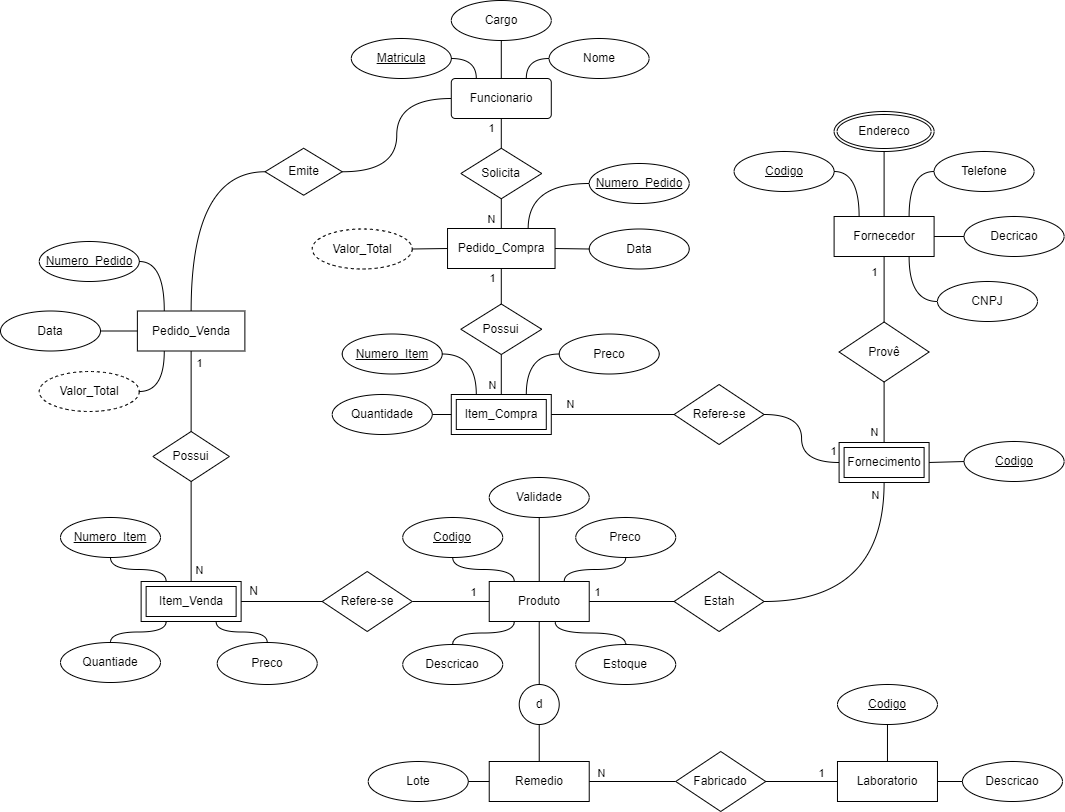
Above: docs/images/modelo-er.png in ICEI-PUCMinas-PSG-SI-TI/psg-si-2025-1-p3-tiapn-6818100-farmacia-popular (draw.io), before the change. Source tidied: cells renumbered, new cells last; positions are measured from the earlier drawing's top-left corner, leaving out a move shared by most shapes.
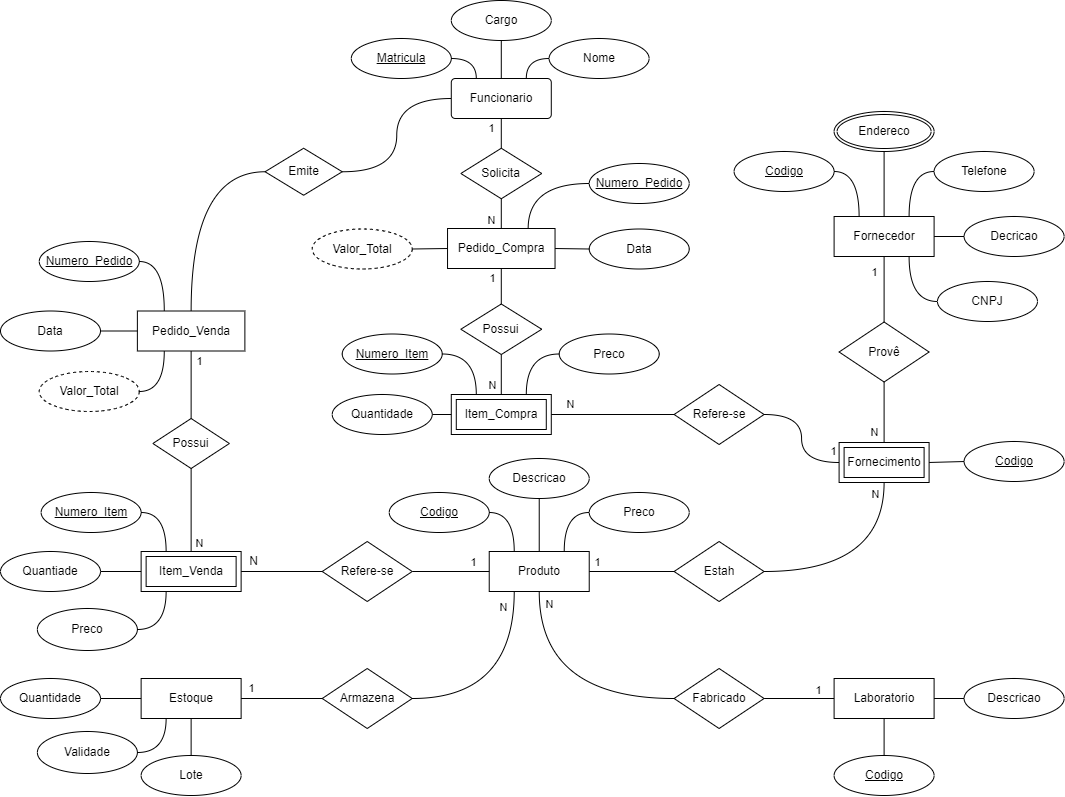
The same diagram one commit later.

What changed in the source:
```diff
@@ -15,41 +15,26 @@
       <mxGeometry x="350.8" y="38" width="100" height="40" as="geometry" />
     </mxCell>
     <mxCell id="6" value="Produto" style="whiteSpace=wrap;html=1;align=center;" parent="1" vertex="1">
-      <mxGeometry x="488.7" y="581" width="100" height="40" as="geometry" />
+      <mxGeometry x="488.7" y="551" width="100" height="40" as="geometry" />
     </mxCell>
     <mxCell id="7" value="Codigo" style="ellipse;whiteSpace=wrap;html=1;align=center;fontStyle=4;" parent="1" vertex="1">
-      <mxGeometry x="402.2" y="517" width="100" height="40" as="geometry" />
+      <mxGeometry x="388.7" y="492" width="100" height="40" as="geometry" />
     </mxCell>
     <mxCell id="8" value="Preco" style="ellipse;whiteSpace=wrap;html=1;align=center;" parent="1" vertex="1">
-      <mxGeometry x="575.2" y="517" width="100" height="40" as="geometry" />
+      <mxGeometry x="588.7" y="492" width="100" height="40" as="geometry" />
     </mxCell>
-    <mxCell id="9" style="endArrow=none;html=1;rounded=0;edgeStyle=orthogonalEdgeStyle;curved=1;entryX=0.25;entryY=0;entryDx=0;entryDy=0;" parent="1" edge="1" source="7" target="6">
+    <mxCell id="9" style="endArrow=none;html=1;rounded=0;edgeStyle=orthogonalEdgeStyle;curved=1;entryX=0.25;entryY=0;entryDx=0;entryDy=0;exitX=1;exitY=0.5;exitDx=0;exitDy=0;" parent="1" edge="1" source="7" target="6">
       <mxGeometry relative="1" as="geometry" />
     </mxCell>
-    <mxCell id="10" style="endArrow=none;html=1;rounded=0;edgeStyle=orthogonalEdgeStyle;curved=1;entryX=0.75;entryY=0;entryDx=0;entryDy=0;" parent="1" edge="1" source="8" target="6">
+    <mxCell id="10" style="endArrow=none;html=1;rounded=0;edgeStyle=orthogonalEdgeStyle;curved=1;entryX=0.75;entryY=0;entryDx=0;entryDy=0;exitX=0;exitY=0.5;exitDx=0;exitDy=0;" parent="1" edge="1" source="8" target="6">
       <mxGeometry relative="1" as="geometry" />
     </mxCell>
-    <mxCell id="11" value="Descricao" style="ellipse;whiteSpace=wrap;html=1;align=center;" parent="1" vertex="1">
-      <mxGeometry x="402.2" y="644" width="100" height="40" as="geometry" />
-    </mxCell>
-    <mxCell id="12" value="d" style="ellipse;whiteSpace=wrap;html=1;" parent="1" vertex="1">
-      <mxGeometry x="518.7" y="684" width="40" height="40" as="geometry" />
-    </mxCell>
-    <mxCell id="13" style="endArrow=none;html=1;rounded=0;exitX=0.5;exitY=1;exitDx=0;exitDy=0;" parent="1" edge="1" source="6" target="12">
-      <mxGeometry relative="1" as="geometry" />
-    </mxCell>
-    <mxCell id="14" value="Remedio" style="whiteSpace=wrap;html=1;align=center;" parent="1" vertex="1">
-      <mxGeometry x="488.7" y="761" width="100" height="40" as="geometry" />
+    <mxCell id="14" value="Estoque" style="whiteSpace=wrap;html=1;align=center;" parent="1" vertex="1">
+      <mxGeometry x="140.6" y="678" width="100" height="40" as="geometry" />
     </mxCell>
-    <mxCell id="15" value="&lt;span style=&quot;color: rgb(0, 0, 0);&quot;&gt;Lote&lt;/span&gt;" style="ellipse;whiteSpace=wrap;html=1;align=center;" parent="1" vertex="1">
-      <mxGeometry x="367.7" y="761" width="100" height="40" as="geometry" />
+    <mxCell id="15" value="&lt;span style=&quot;color: rgb(0, 0, 0);&quot;&gt;Quantidade&lt;/span&gt;" style="ellipse;whiteSpace=wrap;html=1;align=center;" parent="1" vertex="1">
+      <mxGeometry y="678" width="100" height="40" as="geometry" />
     </mxCell>
-    <mxCell id="16" style="endArrow=none;html=1;rounded=0;" parent="1" edge="1" source="14" target="12">
-      <mxGeometry relative="1" as="geometry" />
-    </mxCell>
-    <mxCell id="17" style="endArrow=none;html=1;rounded=0;edgeStyle=orthogonalEdgeStyle;curved=1;exitX=0.25;exitY=1;exitDx=0;exitDy=0;" parent="1" edge="1" source="6" target="11">
-      <mxGeometry relative="1" as="geometry" />
-    </mxCell>
     <mxCell id="18" value="Pedido_Venda" style="whiteSpace=wrap;html=1;align=center;" parent="1" vertex="1">
       <mxGeometry x="136.9" y="310.5" width="107.5" height="40" as="geometry" />
     </mxCell>
@@ -60,9 +45,9 @@
       <mxGeometry relative="1" as="geometry" />
     </mxCell>
     <mxCell id="21" value="Numero_Item" style="ellipse;whiteSpace=wrap;html=1;align=center;fontStyle=4;" parent="1" vertex="1">
-      <mxGeometry x="60" y="517" width="100" height="40" as="geometry" />
+      <mxGeometry x="40.6" y="492" width="100" height="40" as="geometry" />
     </mxCell>
-    <mxCell id="22" style="endArrow=none;html=1;rounded=0;edgeStyle=orthogonalEdgeStyle;curved=1;exitX=0.25;exitY=0;exitDx=0;exitDy=0;entryX=0.5;entryY=1;entryDx=0;entryDy=0;" parent="1" edge="1" source="31" target="21">
+    <mxCell id="22" style="endArrow=none;html=1;rounded=0;edgeStyle=orthogonalEdgeStyle;curved=1;exitX=0.25;exitY=0;exitDx=0;exitDy=0;entryX=1;entryY=0.5;entryDx=0;entryDy=0;" parent="1" edge="1" source="31" target="21">
       <mxGeometry relative="1" as="geometry" />
     </mxCell>
     <mxCell id="23" value="Data" style="ellipse;whiteSpace=wrap;html=1;align=center;" parent="1" vertex="1">
@@ -72,10 +57,10 @@
       <mxGeometry x="38.8" y="241" width="100" height="40" as="geometry" />
     </mxCell>
     <mxCell id="25" value="Possui" style="shape=rhombus;perimeter=rhombusPerimeter;whiteSpace=wrap;html=1;align=center;" parent="1" vertex="1">
-      <mxGeometry x="152.4" y="431" width="76.6" height="50" as="geometry" />
+      <mxGeometry x="152.4" y="418" width="76.6" height="50" as="geometry" />
     </mxCell>
     <mxCell id="26" value="Refere-se" style="shape=rhombus;perimeter=rhombusPerimeter;whiteSpace=wrap;html=1;align=center;" parent="1" vertex="1">
-      <mxGeometry x="321.7" y="571" width="90" height="60" as="geometry" />
+      <mxGeometry x="321.7" y="541" width="90" height="60" as="geometry" />
     </mxCell>
     <mxCell id="27" style="endArrow=none;html=1;rounded=0;exitX=1;exitY=0.5;exitDx=0;exitDy=0;edgeStyle=orthogonalEdgeStyle;curved=1;entryX=0;entryY=0.5;entryDx=0;entryDy=0;" parent="1" edge="1" source="26" target="6">
       <mxGeometry relative="1" as="geometry" />
@@ -86,13 +71,10 @@
       </mxGeometry>
     </mxCell>
     <mxCell id="29" value="Quantiade" style="ellipse;whiteSpace=wrap;html=1;align=center;" parent="1" vertex="1">
-      <mxGeometry x="60" y="642" width="100" height="40" as="geometry" />
+      <mxGeometry y="551" width="100" height="40" as="geometry" />
     </mxCell>
-    <mxCell id="30" style="endArrow=none;html=1;rounded=0;edgeStyle=orthogonalEdgeStyle;curved=1;entryX=0.25;entryY=1;entryDx=0;entryDy=0;" parent="1" edge="1" source="29" target="31">
-      <mxGeometry relative="1" as="geometry" />
-    </mxCell>
     <mxCell id="31" value="Item_Venda" style="shape=ext;margin=3;double=1;whiteSpace=wrap;html=1;align=center;" parent="1" vertex="1">
-      <mxGeometry x="140.6" y="581" width="100" height="40" as="geometry" />
+      <mxGeometry x="140.6" y="551" width="100" height="40" as="geometry" />
     </mxCell>
     <mxCell id="32" style="endArrow=none;html=1;rounded=0;entryX=1;entryY=0.5;entryDx=0;entryDy=0;exitX=0;exitY=0.5;exitDx=0;exitDy=0;edgeStyle=orthogonalEdgeStyle;curved=1;" parent="1" edge="1" source="26" target="31">
       <mxGeometry relative="1" as="geometry" />
@@ -103,13 +85,13 @@
       </mxGeometry>
     </mxCell>
     <mxCell id="34" value="Preco" style="ellipse;whiteSpace=wrap;html=1;align=center;" parent="1" vertex="1">
-      <mxGeometry x="216.7" y="642" width="100" height="42" as="geometry" />
+      <mxGeometry x="36.9" y="608" width="100" height="42" as="geometry" />
     </mxCell>
     <mxCell id="35" value="Fornecedor" style="whiteSpace=wrap;html=1;align=center;" parent="1" vertex="1">
       <mxGeometry x="833.6" y="216" width="100" height="40" as="geometry" />
     </mxCell>
     <mxCell id="36" value="Laboratorio" style="whiteSpace=wrap;html=1;align=center;" parent="1" vertex="1">
-      <mxGeometry x="837" y="761" width="100" height="40" as="geometry" />
+      <mxGeometry x="833.6" y="678" width="100" height="40" as="geometry" />
     </mxCell>
     <mxCell id="37" value="Codigo" style="ellipse;whiteSpace=wrap;html=1;align=center;fontStyle=4;" parent="1" vertex="1">
       <mxGeometry x="733.6" y="151" width="100" height="40" as="geometry" />
@@ -121,13 +103,13 @@
       <mxGeometry x="933.6" y="151" width="100" height="40" as="geometry" />
     </mxCell>
     <mxCell id="40" value="Codigo" style="ellipse;whiteSpace=wrap;html=1;align=center;fontStyle=4;" parent="1" vertex="1">
-      <mxGeometry x="837" y="684" width="100" height="40" as="geometry" />
+      <mxGeometry x="833.6" y="755" width="100" height="40" as="geometry" />
     </mxCell>
     <mxCell id="41" value="Decricao" style="ellipse;whiteSpace=wrap;html=1;align=center;" parent="1" vertex="1">
       <mxGeometry x="963.6" y="216" width="100" height="40" as="geometry" />
     </mxCell>
     <mxCell id="42" value="Descricao" style="ellipse;whiteSpace=wrap;html=1;align=center;" parent="1" vertex="1">
-      <mxGeometry x="962" y="761" width="100" height="40" as="geometry" />
+      <mxGeometry x="963.6" y="678" width="100" height="40" as="geometry" />
     </mxCell>
     <mxCell id="43" value="Fornecimento" style="shape=ext;margin=3;double=1;whiteSpace=wrap;html=1;align=center;" parent="1" vertex="1">
       <mxGeometry x="838.6" y="442" width="90" height="40" as="geometry" />
@@ -152,12 +134,6 @@
     <mxCell id="49" style="endArrow=none;html=1;rounded=0;edgeStyle=orthogonalEdgeStyle;curved=1;exitX=1;exitY=0.5;exitDx=0;exitDy=0;entryX=0;entryY=0.5;entryDx=0;entryDy=0;" parent="1" edge="1" source="35" target="41">
       <mxGeometry relative="1" as="geometry" />
     </mxCell>
-    <mxCell id="50" value="Estoque" style="ellipse;whiteSpace=wrap;html=1;align=center;" parent="1" vertex="1">
-      <mxGeometry x="575.2" y="644" width="100" height="40" as="geometry" />
-    </mxCell>
-    <mxCell id="51" style="endArrow=none;html=1;rounded=0;exitX=0.661;exitY=1.017;exitDx=0;exitDy=0;entryX=0.5;entryY=0;entryDx=0;entryDy=0;edgeStyle=orthogonalEdgeStyle;curved=1;exitPerimeter=0;" parent="1" edge="1" source="6" target="50">
-      <mxGeometry relative="1" as="geometry" />
-    </mxCell>
     <mxCell id="52" style="endArrow=none;html=1;rounded=0;entryX=0;entryY=0.5;entryDx=0;entryDy=0;exitX=1;exitY=0.5;exitDx=0;exitDy=0;edgeStyle=orthogonalEdgeStyle;curved=1;" parent="1" edge="1" source="6" target="106">
       <mxGeometry relative="1" as="geometry" />
     </mxCell>
@@ -287,14 +263,14 @@
       <mxGeometry x="558.7" y="333.5" width="100" height="40" as="geometry" />
     </mxCell>
     <mxCell id="90" value="Fabricado" style="shape=rhombus;perimeter=rhombusPerimeter;whiteSpace=wrap;html=1;align=center;" parent="1" vertex="1">
-      <mxGeometry x="675.2" y="751" width="90" height="60" as="geometry" />
+      <mxGeometry x="673.6" y="668" width="90" height="60" as="geometry" />
     </mxCell>
-    <mxCell id="91" style="endArrow=none;html=1;rounded=0;exitX=1;exitY=0.5;exitDx=0;exitDy=0;entryX=0;entryY=0.5;entryDx=0;entryDy=0;" parent="1" edge="1" source="14" target="90">
+    <mxCell id="91" style="endArrow=none;html=1;rounded=0;exitX=0.5;exitY=1;exitDx=0;exitDy=0;entryX=0;entryY=0.5;entryDx=0;entryDy=0;edgeStyle=orthogonalEdgeStyle;curved=1;" parent="1" edge="1" source="6" target="90">
       <mxGeometry relative="1" as="geometry" />
     </mxCell>
     <mxCell id="92" value="N" style="edgeLabel;html=1;align=center;verticalAlign=middle;" parent="91" vertex="1">
       <mxGeometry x="-0.8" y="2" relative="1" as="geometry">
-        <mxPoint x="3" y="-6" as="offset" />
+        <mxPoint x="8" y="-12" as="offset" />
       </mxGeometry>
     </mxCell>
     <mxCell id="93" style="endArrow=none;html=1;rounded=0;entryX=0;entryY=0.5;entryDx=0;entryDy=0;exitX=1;exitY=0.5;exitDx=0;exitDy=0;" parent="1" edge="1" source="90" target="36">
@@ -305,10 +281,10 @@
         <mxPoint y="-6" as="offset" />
       </mxGeometry>
     </mxCell>
-    <mxCell id="95" style="endArrow=none;html=1;rounded=0;exitX=0.75;exitY=1;exitDx=0;exitDy=0;entryX=0.5;entryY=0;entryDx=0;entryDy=0;edgeStyle=orthogonalEdgeStyle;curved=1;" parent="1" edge="1" source="31" target="34">
+    <mxCell id="95" style="endArrow=none;html=1;rounded=0;exitX=0.25;exitY=1;exitDx=0;exitDy=0;entryX=1;entryY=0.5;entryDx=0;entryDy=0;edgeStyle=orthogonalEdgeStyle;curved=1;" parent="1" edge="1" source="31" target="34">
       <mxGeometry relative="1" as="geometry" />
     </mxCell>
-    <mxCell id="96" style="endArrow=none;html=1;rounded=0;entryX=0.5;entryY=0;entryDx=0;entryDy=0;exitX=0.5;exitY=1;exitDx=0;exitDy=0;" parent="1" edge="1" source="40" target="36">
+    <mxCell id="96" style="endArrow=none;html=1;rounded=0;entryX=0.5;entryY=1;entryDx=0;entryDy=0;exitX=0.5;exitY=0;exitDx=0;exitDy=0;" parent="1" edge="1" source="40" target="36">
       <mxGeometry relative="1" as="geometry" />
     </mxCell>
     <mxCell id="97" style="endArrow=none;html=1;rounded=0;entryX=0;entryY=0.5;entryDx=0;entryDy=0;exitX=1;exitY=0.5;exitDx=0;exitDy=0;" parent="1" edge="1" source="36" target="42">
@@ -336,14 +312,14 @@
     <mxCell id="103" style="endArrow=none;html=1;rounded=0;entryX=0;entryY=0.5;entryDx=0;entryDy=0;exitX=0.75;exitY=0;exitDx=0;exitDy=0;edgeStyle=orthogonalEdgeStyle;curved=1;" parent="1" edge="1" source="69" target="89">
       <mxGeometry relative="1" as="geometry" />
     </mxCell>
-    <mxCell id="104" value="Validade" style="ellipse;whiteSpace=wrap;html=1;align=center;" parent="1" vertex="1">
-      <mxGeometry x="488.7" y="477" width="100" height="40" as="geometry" />
+    <mxCell id="104" value="Descricao" style="ellipse;whiteSpace=wrap;html=1;align=center;" parent="1" vertex="1">
+      <mxGeometry x="488.7" y="458" width="100" height="40" as="geometry" />
     </mxCell>
     <mxCell id="105" style="endArrow=none;html=1;rounded=0;entryX=0.5;entryY=0;entryDx=0;entryDy=0;" parent="1" edge="1" source="104" target="6">
       <mxGeometry relative="1" as="geometry" />
     </mxCell>
     <mxCell id="106" value="Estah" style="shape=rhombus;perimeter=rhombusPerimeter;whiteSpace=wrap;html=1;align=center;" parent="1" vertex="1">
-      <mxGeometry x="673.6" y="571" width="90" height="60" as="geometry" />
+      <mxGeometry x="673.6" y="541" width="90" height="60" as="geometry" />
     </mxCell>
     <mxCell id="107" style="endArrow=none;html=1;rounded=0;entryX=1;entryY=0.5;entryDx=0;entryDy=0;exitX=0.5;exitY=1;exitDx=0;exitDy=0;edgeStyle=orthogonalEdgeStyle;curved=1;" parent="1" edge="1" source="43" target="106">
       <mxGeometry relative="1" as="geometry" />
@@ -376,5 +352,39 @@
     <mxCell id="115" style="endArrow=none;html=1;rounded=0;entryX=0;entryY=0.5;entryDx=0;entryDy=0;exitX=1;exitY=0.5;exitDx=0;exitDy=0;" parent="1" edge="1" source="43" target="114">
       <mxGeometry relative="1" as="geometry" />
     </mxCell>
+    <mxCell id="116" value="Armazena" style="shape=rhombus;perimeter=rhombusPerimeter;whiteSpace=wrap;html=1;align=center;" parent="1" vertex="1">
+      <mxGeometry x="321.7" y="668" width="90" height="60" as="geometry" />
+    </mxCell>
+    <mxCell id="117" style="endArrow=none;html=1;rounded=0;exitX=1;exitY=0.5;exitDx=0;exitDy=0;entryX=0.25;entryY=1;entryDx=0;entryDy=0;edgeStyle=orthogonalEdgeStyle;curved=1;" parent="1" edge="1" source="116" target="6">
+      <mxGeometry relative="1" as="geometry" />
+    </mxCell>
+    <mxCell id="118" value="N" style="edgeLabel;html=1;align=center;verticalAlign=middle;" parent="117" vertex="1">
+      <mxGeometry x="0.85" y="2" relative="1" as="geometry">
+        <mxPoint x="-9" as="offset" />
+      </mxGeometry>
+    </mxCell>
+    <mxCell id="119" style="endArrow=none;html=1;rounded=0;exitX=1;exitY=0.5;exitDx=0;exitDy=0;" parent="1" edge="1" source="14" target="116">
+      <mxGeometry relative="1" as="geometry" />
+    </mxCell>
+    <mxCell id="120" value="1" style="edgeLabel;html=1;align=center;verticalAlign=middle;" parent="119" vertex="1">
+      <mxGeometry x="-0.73" relative="1" as="geometry">
+        <mxPoint x="-1" y="-10" as="offset" />
+      </mxGeometry>
+    </mxCell>
+    <mxCell id="121" value="&lt;span style=&quot;color: rgb(0, 0, 0);&quot;&gt;Lote&lt;/span&gt;" style="ellipse;whiteSpace=wrap;html=1;align=center;" parent="1" vertex="1">
+      <mxGeometry x="140.6" y="755" width="100" height="40" as="geometry" />
+    </mxCell>
+    <mxCell id="30" style="endArrow=none;html=1;rounded=0;exitX=1;exitY=0.5;exitDx=0;exitDy=0;entryX=0;entryY=0.5;entryDx=0;entryDy=0;" parent="1" edge="1" source="29" target="31">
+      <mxGeometry relative="1" as="geometry" />
+    </mxCell>
+    <mxCell id="122" style="endArrow=none;html=1;rounded=0;entryX=0.5;entryY=0;entryDx=0;entryDy=0;exitX=0.5;exitY=1;exitDx=0;exitDy=0;" parent="1" edge="1" source="14" target="121">
+      <mxGeometry relative="1" as="geometry" />
+    </mxCell>
+    <mxCell id="123" value="Validade" style="ellipse;whiteSpace=wrap;html=1;align=center;" parent="1" vertex="1">
+      <mxGeometry x="36.9" y="731" width="100" height="42" as="geometry" />
+    </mxCell>
+    <mxCell id="124" style="endArrow=none;html=1;rounded=0;exitX=1;exitY=0.5;exitDx=0;exitDy=0;entryX=0.25;entryY=1;entryDx=0;entryDy=0;edgeStyle=orthogonalEdgeStyle;curved=1;" parent="1" edge="1" source="123" target="14">
+      <mxGeometry relative="1" as="geometry" />
+    </mxCell>
   </root>
 </mxGraphModel>
```
